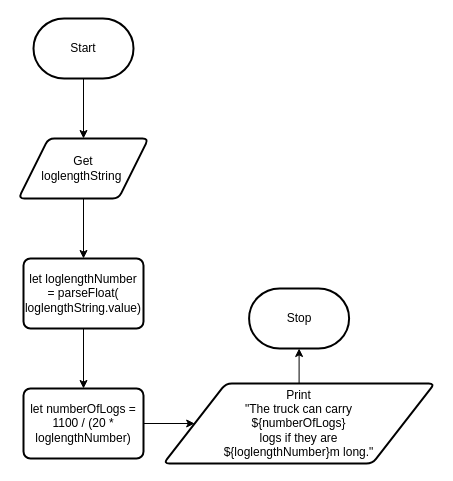
Earlier version of the draw.io diagram Design/flowchart.drawio (Emmanuel-Fofeyin/ICS4U-Unit1-01-Typescript). Source tidied: cells renumbered, new cells numbered last; positions are measured from the earlier drawing's top-left corner, leaving out a move shared by most shapes. Both pictures are drawn from the tidied source at 100%, with x=0, y=0 at pixel (18, 18).
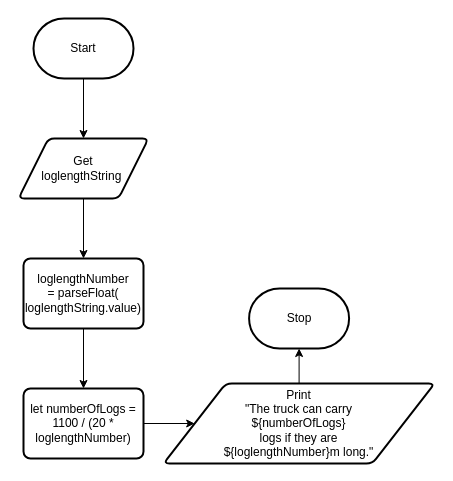
Above is the later version.

The edit, as a diff of the source:
```diff
@@
 <mxGraphModel>
   <root>
     <mxCell id="0" />
     <mxCell id="1" parent="0" />
     <mxCell id="2" style="edgeStyle=none;html=1;entryX=0.5;entryY=0;entryDx=0;entryDy=0;" parent="1" edge="1" source="3" target="5">
       <mxGeometry relative="1" as="geometry" />
     </mxCell>
     <mxCell id="3" value="Start" style="strokeWidth=2;html=1;shape=mxgraph.flowchart.terminator;whiteSpace=wrap;" parent="1" vertex="1">
       <mxGeometry x="15" width="100" height="60" as="geometry" />
     </mxCell>
     <mxCell id="4" style="edgeStyle=none;html=1;entryX=0.5;entryY=0;entryDx=0;entryDy=0;" parent="1" edge="1" source="5" target="7">
       <mxGeometry relative="1" as="geometry" />
     </mxCell>
     <mxCell id="5" value="Get&lt;br&gt;loglengthString&amp;nbsp;" style="shape=parallelogram;html=1;strokeWidth=2;perimeter=parallelogramPerimeter;whiteSpace=wrap;rounded=1;arcSize=12;size=0.23;" parent="1" vertex="1">
       <mxGeometry y="120" width="130" height="60" as="geometry" />
     </mxCell>
     <mxCell id="6" style="edgeStyle=none;html=1;entryX=0.5;entryY=0;entryDx=0;entryDy=0;" parent="1" edge="1" source="7" target="9">
       <mxGeometry relative="1" as="geometry" />
     </mxCell>
-    <mxCell id="7" value="let loglengthNumber &lt;br&gt;= parseFloat(&lt;br&gt;loglengthString.value)" style="rounded=1;whiteSpace=wrap;html=1;absoluteArcSize=1;arcSize=14;strokeWidth=2;" parent="1" vertex="1">
+    <mxCell id="7" value="loglengthNumber &lt;br&gt;= parseFloat(&lt;br&gt;loglengthString.value)" style="rounded=1;whiteSpace=wrap;html=1;absoluteArcSize=1;arcSize=14;strokeWidth=2;" parent="1" vertex="1">
       <mxGeometry x="5" y="240" width="120" height="70" as="geometry" />
     </mxCell>
     <mxCell id="8" style="edgeStyle=none;html=1;entryX=0;entryY=0.5;entryDx=0;entryDy=0;" parent="1" edge="1" source="9" target="11">
       <mxGeometry relative="1" as="geometry" />
     </mxCell>
     <mxCell id="9" value="let numberOfLogs = 1100 / (20 * loglengthNumber)" style="rounded=1;whiteSpace=wrap;html=1;absoluteArcSize=1;arcSize=14;strokeWidth=2;" parent="1" vertex="1">
       <mxGeometry x="5" y="370" width="120" height="70" as="geometry" />
     </mxCell>
     <mxCell id="10" style="edgeStyle=none;html=1;entryX=0.5;entryY=1;entryDx=0;entryDy=0;entryPerimeter=0;" parent="1" edge="1" source="11" target="12">
       <mxGeometry relative="1" as="geometry" />
     </mxCell>
     <mxCell id="11" value="Print&lt;br&gt;&quot;The truck can carry &lt;br&gt;${numberOfLogs} &lt;br&gt;logs if they are &lt;br&gt;${loglengthNumber}m long.&quot;" style="shape=parallelogram;html=1;strokeWidth=2;perimeter=parallelogramPerimeter;whiteSpace=wrap;rounded=1;arcSize=12;size=0.23;" parent="1" vertex="1">
       <mxGeometry x="145" y="365" width="271.2" height="80" as="geometry" />
     </mxCell>
     <mxCell id="12" value="Stop" style="strokeWidth=2;html=1;shape=mxgraph.flowchart.terminator;whiteSpace=wrap;" parent="1" vertex="1">
       <mxGeometry x="230.6" y="270" width="100" height="60" as="geometry" />
     </mxCell>
   </root>
 </mxGraphModel>
```
